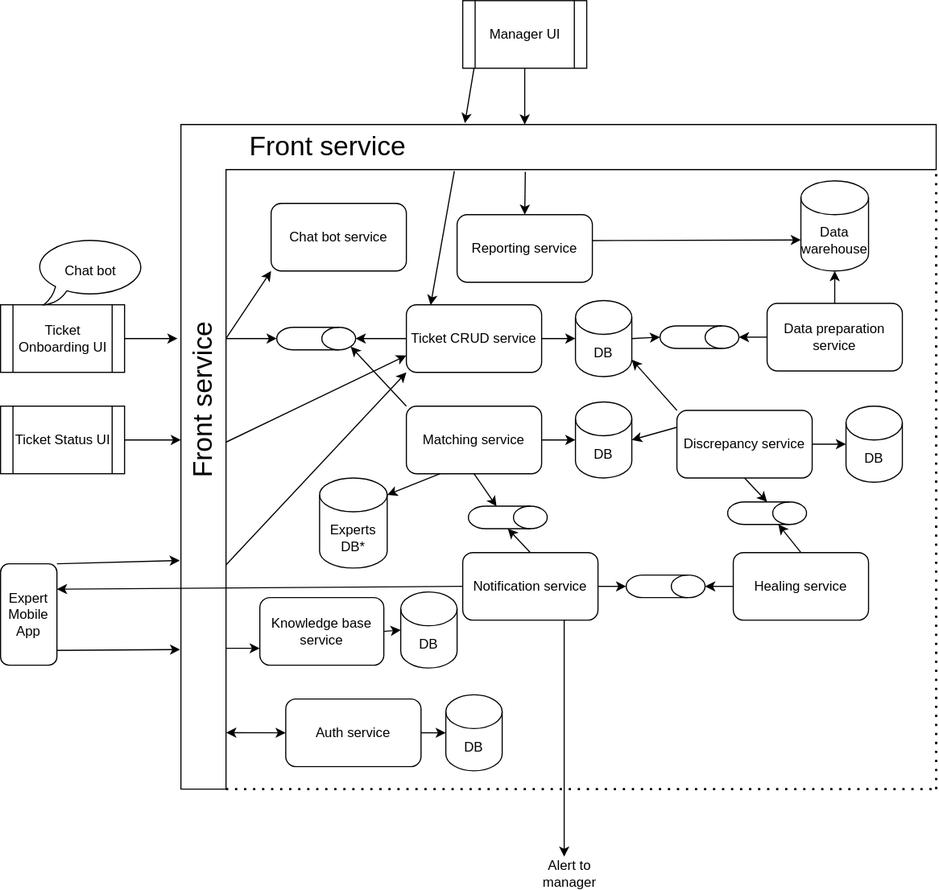
Earlier version of the draw.io export diagrams/system.svg (archkatas-team-oreilly-21/solution). Source tidied: cells renumbered, new cells last; positions are measured from the earlier drawing's top-left corner, leaving out a move shared by most shapes.
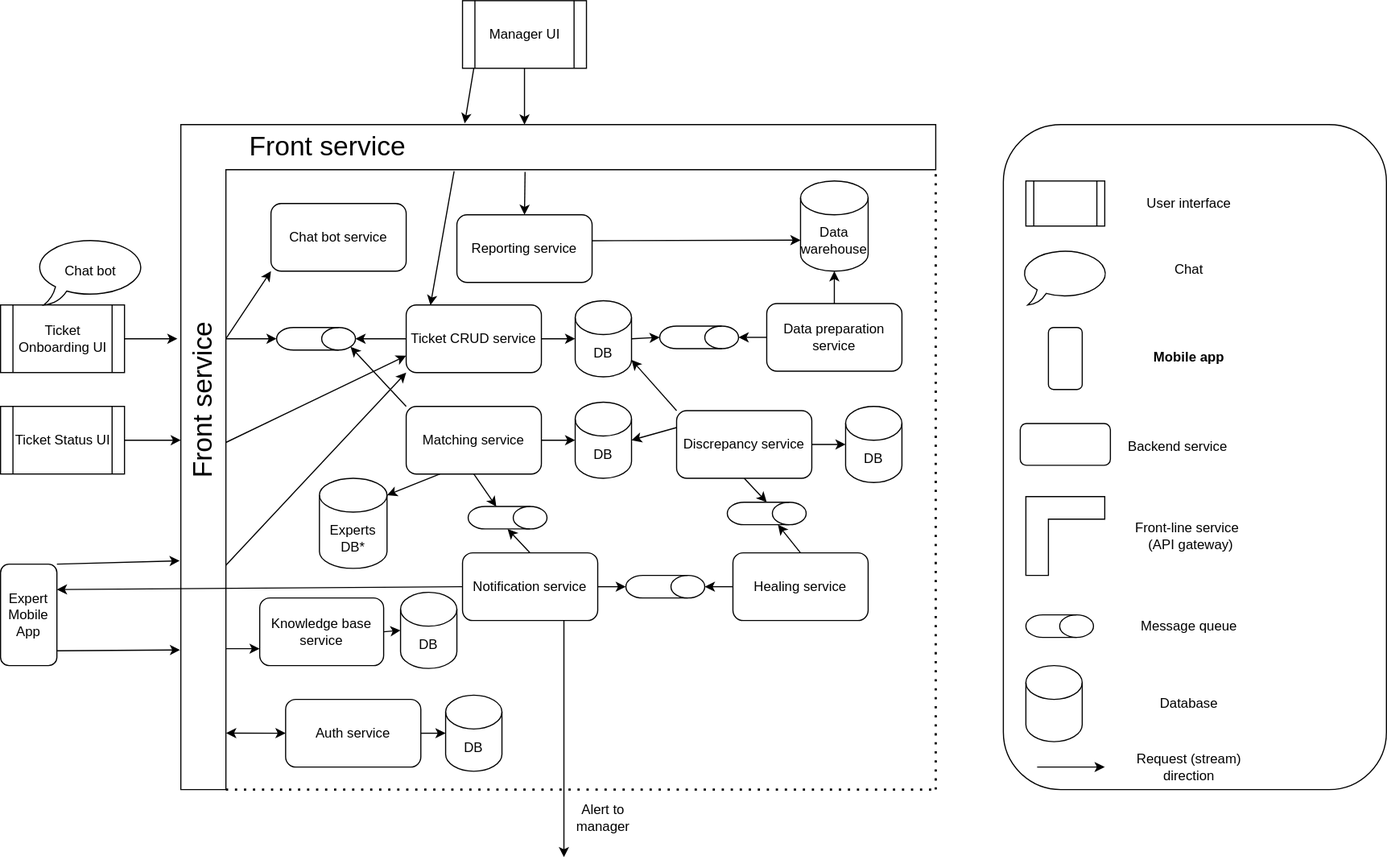
The same diagram one commit later.

Commit message:
system diagram legend

What changed in the source:
```diff
@@ -232,10 +232,67 @@
       <mxGeometry x="355" y="525" width="50" height="67.5" as="geometry" />
     </mxCell>
     <mxCell id="69" value="Alert to manager" style="text;html=1;strokeColor=none;fillColor=none;align=center;verticalAlign=middle;whiteSpace=wrap;rounded=0;" parent="1" vertex="1">
-      <mxGeometry x="470" y="770" width="70" height="10" as="geometry" />
+      <mxGeometry x="500" y="720" width="70" height="10" as="geometry" />
     </mxCell>
     <mxCell id="70" value="Experts&lt;br&gt;DB*" style="shape=cylinder3;whiteSpace=wrap;html=1;boundedLbl=1;backgroundOutline=1;size=15;" parent="1" vertex="1">
       <mxGeometry x="283" y="423.8" width="60" height="80" as="geometry" />
     </mxCell>
+    <mxCell id="71" style="rounded=1;whiteSpace=wrap;html=1;" parent="1" vertex="1">
+      <mxGeometry x="890" y="110" width="340" height="590" as="geometry" />
+    </mxCell>
+    <mxCell id="72" style="shape=process;whiteSpace=wrap;html=1;backgroundOutline=1;" parent="1" vertex="1">
+      <mxGeometry x="910" y="160" width="70" height="40" as="geometry" />
+    </mxCell>
+    <mxCell id="73" value="User interface" style="text;html=1;strokeColor=none;fillColor=none;align=center;verticalAlign=middle;whiteSpace=wrap;rounded=0;" parent="1" vertex="1">
+      <mxGeometry x="1000" y="170" width="110" height="20" as="geometry" />
+    </mxCell>
+    <mxCell id="74" style="whiteSpace=wrap;html=1;shape=mxgraph.basic.oval_callout;" parent="1" vertex="1">
+      <mxGeometry x="905" y="220" width="80" height="50" as="geometry" />
+    </mxCell>
+    <mxCell id="75" value="Chat" style="text;html=1;strokeColor=none;fillColor=none;align=center;verticalAlign=middle;whiteSpace=wrap;rounded=0;" parent="1" vertex="1">
+      <mxGeometry x="1000" y="229.4" width="110" height="20" as="geometry" />
+    </mxCell>
+    <mxCell id="76" style="rounded=1;whiteSpace=wrap;html=1;" parent="1" vertex="1">
+      <mxGeometry x="930" y="290" width="30" height="55" as="geometry" />
+    </mxCell>
+    <mxCell id="77" value="Mobile app" style="text;html=1;strokeColor=none;fillColor=none;align=center;verticalAlign=middle;whiteSpace=wrap;rounded=0;fontStyle=1;" parent="1" vertex="1">
+      <mxGeometry x="1000" y="307.5" width="110" height="20" as="geometry" />
+    </mxCell>
+    <mxCell id="78" style="rounded=1;whiteSpace=wrap;html=1;" parent="1" vertex="1">
+      <mxGeometry x="905" y="375.2" width="80" height="37.1" as="geometry" />
+    </mxCell>
+    <mxCell id="79" value="Backend service" style="text;html=1;strokeColor=none;fillColor=none;align=center;verticalAlign=middle;whiteSpace=wrap;rounded=0;" parent="1" vertex="1">
+      <mxGeometry x="990" y="386.4" width="110" height="20" as="geometry" />
+    </mxCell>
+    <mxCell id="80" style="shape=corner;whiteSpace=wrap;html=1;dx=20;dy=20;" parent="1" vertex="1">
+      <mxGeometry x="910" y="440" width="70" height="70" as="geometry" />
+    </mxCell>
+    <mxCell id="81" value="Front-line service&amp;nbsp;&lt;br&gt;&amp;nbsp;(API gateway)" style="text;html=1;strokeColor=none;fillColor=none;align=center;verticalAlign=middle;whiteSpace=wrap;rounded=0;" parent="1" vertex="1">
+      <mxGeometry x="990" y="465" width="130" height="20" as="geometry" />
+    </mxCell>
+    <mxCell id="82" style="shape=cylinder3;whiteSpace=wrap;html=1;boundedLbl=1;backgroundOutline=1;size=15;rotation=90;" parent="1" vertex="1">
+      <mxGeometry x="930" y="525" width="20" height="60" as="geometry" />
+    </mxCell>
+    <mxCell id="83" value="Message queue" style="text;html=1;strokeColor=none;fillColor=none;align=center;verticalAlign=middle;whiteSpace=wrap;rounded=0;" parent="1" vertex="1">
+      <mxGeometry x="1000" y="545" width="110" height="20" as="geometry" />
+    </mxCell>
+    <mxCell id="84" style="shape=cylinder3;whiteSpace=wrap;html=1;boundedLbl=1;backgroundOutline=1;size=15;" parent="1" vertex="1">
+      <mxGeometry x="910" y="590" width="50" height="67.5" as="geometry" />
+    </mxCell>
+    <mxCell id="85" value="Database" style="text;html=1;strokeColor=none;fillColor=none;align=center;verticalAlign=middle;whiteSpace=wrap;rounded=0;" parent="1" vertex="1">
+      <mxGeometry x="1000" y="613.8" width="110" height="20" as="geometry" />
+    </mxCell>
+    <mxCell id="86" style="edgeStyle=none;rounded=0;orthogonalLoop=1;jettySize=auto;html=1;" parent="1" edge="1">
+      <mxGeometry relative="1" as="geometry">
+        <mxPoint x="920" y="680" as="sourcePoint" />
+        <mxPoint x="980" y="680" as="targetPoint" />
+        <Array as="points">
+          <mxPoint x="930" y="680" />
+        </Array>
+      </mxGeometry>
+    </mxCell>
+    <mxCell id="87" value="Request (stream) direction" style="text;html=1;strokeColor=none;fillColor=none;align=center;verticalAlign=middle;whiteSpace=wrap;rounded=0;" parent="1" vertex="1">
+      <mxGeometry x="1000" y="670" width="110" height="20" as="geometry" />
+    </mxCell>
   </root>
 </mxGraphModel>
```
